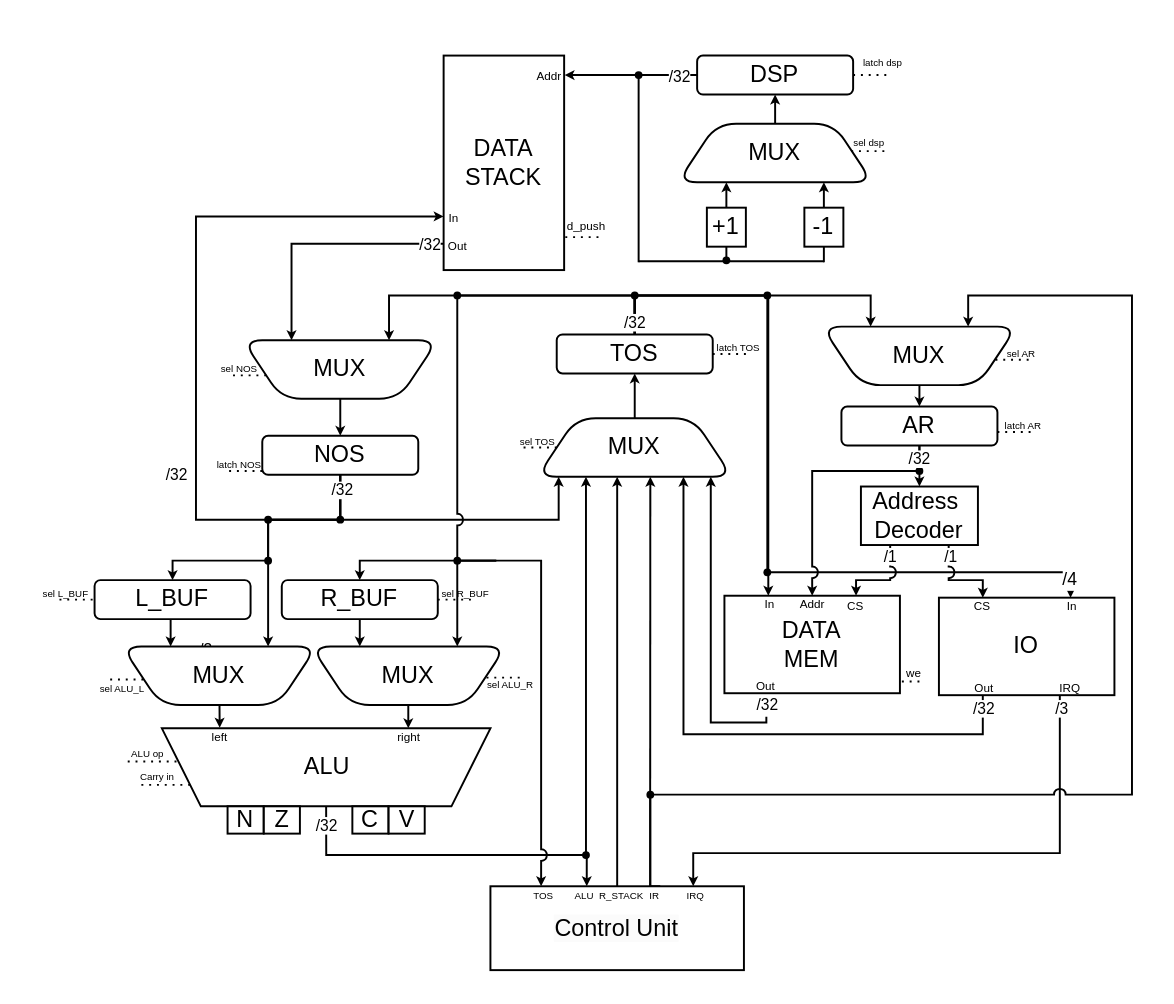
Before: page "DataPath" (2 of 2) of docs/scheme/scheme.drawio in lysmux/csa-ak-4, a draw.io diagram. Source tidied: cells renumbered, new cells numbered last; positions are measured from the earlier drawing's top-left corner, leaving out a move shared by most shapes. Both pictures are drawn from the tidied source at 195%, with x=0, y=0 at pixel (58, 33).
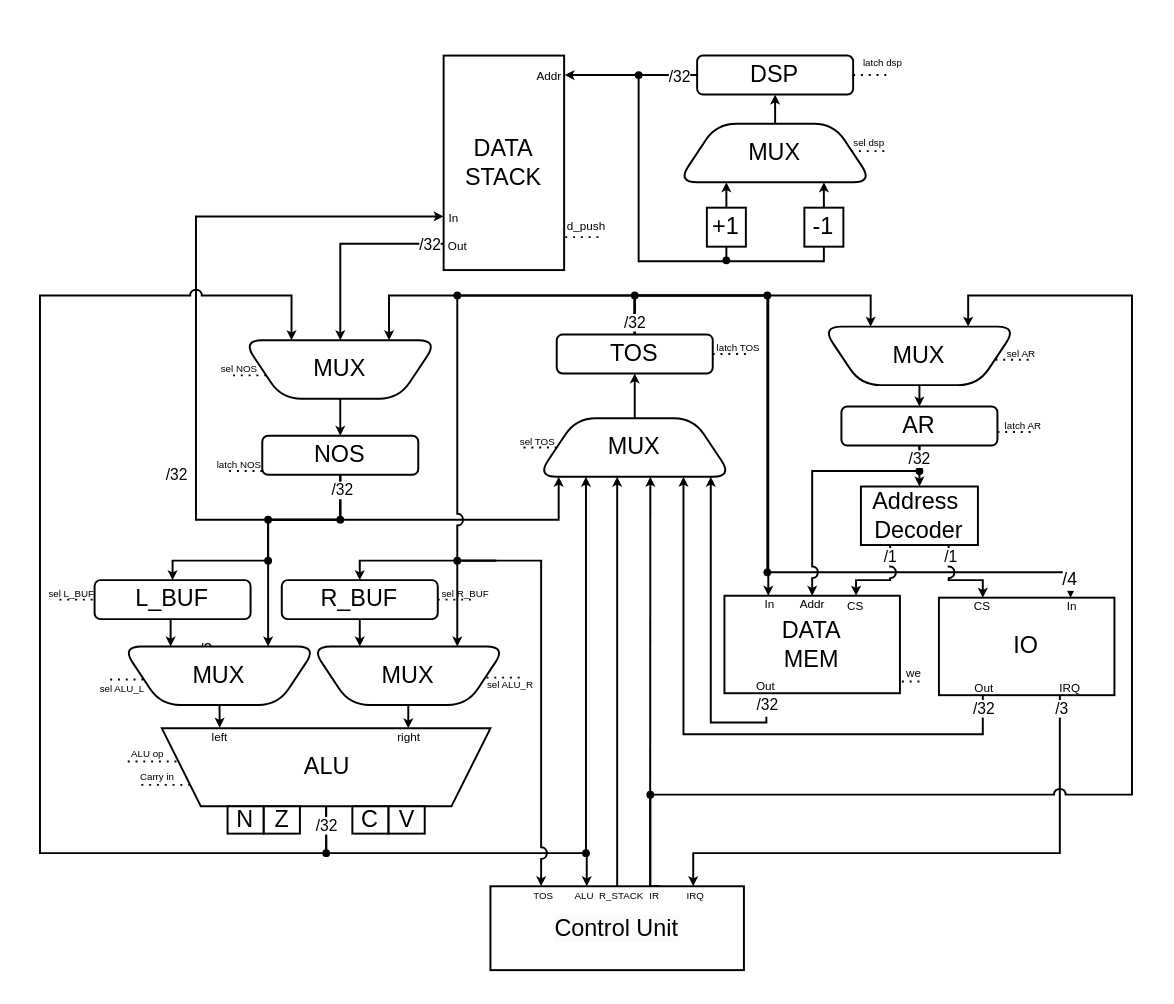
The same diagram, later.

The change refers to these unchanged cells:
```xml
<mxCell id="38" value="DATA STACK" style="whiteSpace=wrap;html=1;" parent="1" vertex="1">
  <mxGeometry x="197" y="11" width="61.8" height="110" as="geometry" />
</mxCell>
<mxCell id="41" value="MUX" style="shape=trapezoid;perimeter=trapezoidPerimeter;whiteSpace=wrap;html=1;fixedSize=1;direction=west;rounded=1;" parent="1" vertex="1">
  <mxGeometry x="94" y="157" width="100" height="30" as="geometry" />
</mxCell>
<mxCell id="87" value="NOS" style="rounded=1;whiteSpace=wrap;html=1;" parent="1" vertex="1">
  <mxGeometry x="104" y="206" width="80" height="20" as="geometry" />
</mxCell>
<mxCell id="110" value="&lt;span style=&quot;color: rgb(0, 0, 0); font-family: Helvetica; font-size: 12px; font-style: normal; font-variant-ligatures: normal; font-variant-caps: normal; font-weight: 400; letter-spacing: normal; orphans: 2; text-align: center; text-indent: 0px; text-transform: none; widows: 2; word-spacing: 0px; -webkit-text-stroke-width: 0px; white-space: normal; background-color: rgb(251, 251, 251); text-decoration-thickness: initial; text-decoration-style: initial; text-decoration-color: initial; display: inline !important; float: none;&quot;&gt;Control Unit&lt;/span&gt;" style="rounded=0;whiteSpace=wrap;html=1;points=[[0,0,0,0,0],[0,0.25,0,0,0],[0,0.5,0,0,0],[0,0.75,0,0,0],[0,1,0,0,0],[0.2,0,0,0,0],[0.25,1,0,0,0],[0.38,0,0,0,0],[0.5,0,0,0,0],[0.5,1,0,0,0],[0.63,0,0,0,0],[0.75,1,0,0,0],[0.8,0,0,0,0],[1,0.25,0,0,0],[1,0.5,0,0,0],[1,0.75,0,0,0],[1,1,0,0,0]];" parent="1" vertex="1">
  <mxGeometry x="221" y="437" width="130" height="43" as="geometry" />
</mxCell>
<mxCell id="123" value="ALU" style="shape=trapezoid;perimeter=trapezoidPerimeter;whiteSpace=wrap;html=1;fixedSize=1;direction=west;" parent="1" vertex="1">
  <mxGeometry x="52.5" y="356" width="168.5" height="40" as="geometry" />
</mxCell>
<mxCell id="134" style="endArrow=none;dashed=1;html=1;dashPattern=1 3;strokeWidth=1;rounded=0;exitX=1;exitY=0.5;exitDx=0;exitDy=0;" parent="1" edge="1">
  <mxGeometry relative="1" as="geometry">
    <mxPoint y="290" as="sourcePoint" />
    <mxPoint x="17.6" y="290" as="targetPoint" />
  </mxGeometry>
</mxCell>
```

Diff of the diagram source:
```diff
@@
-    <mxCell id="21" style="edgeStyle=orthogonalEdgeStyle;rounded=0;jettySize=auto;html=1;exitX=0.5;exitY=1;exitDx=0;exitDy=0;entryX=0;entryY=0.75;entryDx=0;entryDy=0;endSize=2;" parent="1" edge="1" source="87" target="38">
+    <mxCell id="21" style="edgeStyle=orthogonalEdgeStyle;rounded=0;jettySize=auto;html=1;exitX=0.5;exitY=1;exitDx=0;exitDy=0;entryX=0;entryY=0.75;entryDx=0;entryDy=0;endSize=2;jumpStyle=arc;" parent="1" edge="1" source="87" target="38">
       <mxGeometry relative="1" as="geometry">
         <Array as="points">
           <mxPoint x="144" y="249" />
           <mxPoint x="70" y="249" />
           <mxPoint x="70" y="94" />
           <mxPoint x="197" y="94" />
         </Array>
       </mxGeometry>
     </mxCell>
@@
+    <mxCell id="143" style="edgeStyle=orthogonalEdgeStyle;rounded=0;jettySize=auto;html=1;exitX=0.75;exitY=1;exitDx=0;exitDy=0;entryX=0.5;entryY=0;entryDx=0;entryDy=0;jumpStyle=arc;endArrow=none;endFill=0;startArrow=classic;startFill=1;startSize=2;" parent="1" edge="1" source="41" target="123">
+      <mxGeometry relative="1" as="geometry">
+        <Array as="points">
+          <mxPoint x="119" y="134" />
+          <mxPoint x="-10" y="134" />
+          <mxPoint x="-10" y="420" />
+          <mxPoint x="137" y="420" />
+        </Array>
+      </mxGeometry>
+    </mxCell>
@@
-    <mxCell id="44" style="edgeStyle=orthogonalEdgeStyle;rounded=0;jettySize=auto;html=1;exitX=0.75;exitY=1;exitDx=0;exitDy=0;entryX=0;entryY=0.877;entryDx=0;entryDy=0;entryPerimeter=0;startArrow=classic;startFill=1;endArrow=none;endFill=0;endSize=2;startSize=2;" parent="1" edge="1" source="41" target="38">
+    <mxCell id="44" style="edgeStyle=orthogonalEdgeStyle;rounded=0;jettySize=auto;html=1;exitX=0.5;exitY=1;exitDx=0;exitDy=0;entryX=0;entryY=0.877;entryDx=0;entryDy=0;entryPerimeter=0;startArrow=classic;startFill=1;endArrow=none;endFill=0;endSize=2;startSize=2;" parent="1" edge="1" source="41" target="38">
       <mxGeometry relative="1" as="geometry" />
     </mxCell>
@@
     <mxCell id="78" style="shape=waypoint;sketch=0;fillStyle=solid;size=6;points=[];fillColor=none;perimeter=centerPerimeter;snapToPoint=1;strokeWidth=0;" parent="1" vertex="1">
-      <mxGeometry x="260" y="411" width="20" height="20" as="geometry" />
+      <mxGeometry x="260" y="410" width="20" height="20" as="geometry" />
     </mxCell>
@@
     <mxCell id="106" style="edgeStyle=orthogonalEdgeStyle;rounded=0;jettySize=auto;html=1;exitX=0.5;exitY=0;exitDx=0;exitDy=0;entryX=0.38;entryY=0;entryDx=0;entryDy=0;entryPerimeter=0;endSize=2;" parent="1" edge="1" source="123" target="110">
       <mxGeometry relative="1" as="geometry">
         <Array as="points">
-          <mxPoint x="137" y="421" />
-          <mxPoint x="270" y="421" />
+          <mxPoint x="137" y="420" />
+          <mxPoint x="270" y="420" />
           <mxPoint x="270" y="437" />
         </Array>
       </mxGeometry>
     </mxCell>
@@
     <mxCell id="135" value="&lt;span style=&quot;font-size: 5px;&quot;&gt;sel L_BUF&lt;/span&gt;" style="edgeLabel;html=1;align=center;verticalAlign=bottom;labelPosition=center;verticalLabelPosition=top;labelBackgroundColor=none;" parent="134" vertex="1">
       <mxGeometry relative="1" as="geometry">
-        <mxPoint x="-7" y="3" as="offset" />
+        <mxPoint x="-4" y="3" as="offset" />
       </mxGeometry>
     </mxCell>
@@
+    <mxCell id="144" style="shape=waypoint;sketch=0;fillStyle=solid;size=6;fillColor=none;perimeter=centerPerimeter;strokeWidth=0;" parent="1" vertex="1">
+      <mxGeometry x="126.8" y="410" width="20" height="20" as="geometry" />
+    </mxCell>
```
